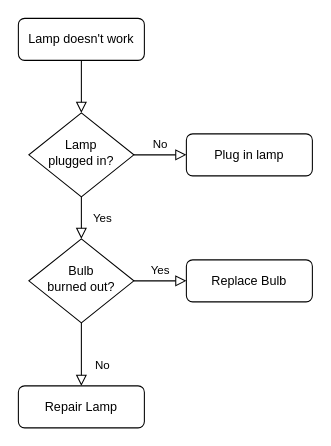
Above: source/_posts/Untitled Diagram.drawio in ccfriend/ccfriend.github.io (draw.io), before the change. Source tidied: cells renumbered, new cells numbered last; positions are measured from the earlier drawing's top-left corner, leaving out a move shared by most shapes. Both pictures are drawn from the tidied source at 105%, with x=0, y=0 at pixel (18, 18).
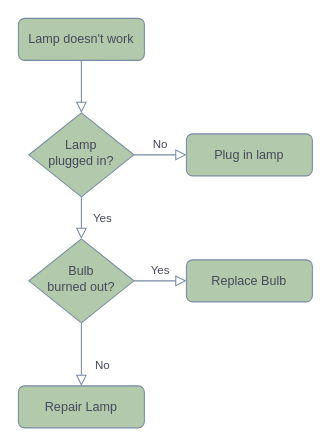
The same page after the edit.

What changed in the source:
```diff
@@
 <mxGraphModel>
   <root>
     <mxCell id="0" />
     <mxCell id="1" parent="0" />
-    <mxCell id="2" style="rounded=0;html=1;jettySize=auto;fontSize=11;endArrow=block;endFill=0;endSize=8;strokeWidth=1;shadow=0;labelBackgroundColor=none;edgeStyle=orthogonalEdgeStyle;" parent="1" edge="1" source="3" target="6">
+    <mxCell id="2" style="rounded=0;html=1;jettySize=auto;fontSize=11;endArrow=block;endFill=0;endSize=8;strokeWidth=1;shadow=0;labelBackgroundColor=none;edgeStyle=orthogonalEdgeStyle;strokeColor=#788AA3;fontColor=#46495D;" parent="1" edge="1" source="3" target="6">
       <mxGeometry relative="1" as="geometry" />
     </mxCell>
-    <mxCell id="3" value="Lamp doesn't work" style="rounded=1;whiteSpace=wrap;html=1;fontSize=12;glass=0;strokeWidth=1;shadow=0;" parent="1" vertex="1">
+    <mxCell id="3" value="Lamp doesn't work" style="rounded=1;whiteSpace=wrap;html=1;fontSize=12;glass=0;strokeWidth=1;shadow=0;fillColor=#B2C9AB;strokeColor=#788AA3;fontColor=#46495D;" parent="1" vertex="1">
       <mxGeometry width="120" height="40" as="geometry" />
     </mxCell>
-    <mxCell id="4" value="Yes" style="rounded=0;html=1;jettySize=auto;fontSize=11;endArrow=block;endFill=0;endSize=8;strokeWidth=1;shadow=0;labelBackgroundColor=none;edgeStyle=orthogonalEdgeStyle;" parent="1" edge="1" source="6" target="10">
+    <mxCell id="4" value="Yes" style="rounded=0;html=1;jettySize=auto;fontSize=11;endArrow=block;endFill=0;endSize=8;strokeWidth=1;shadow=0;labelBackgroundColor=none;edgeStyle=orthogonalEdgeStyle;strokeColor=#788AA3;fontColor=#46495D;" parent="1" edge="1" source="6" target="10">
       <mxGeometry y="20" relative="1" as="geometry" />
     </mxCell>
-    <mxCell id="5" value="No" style="edgeStyle=orthogonalEdgeStyle;rounded=0;html=1;jettySize=auto;fontSize=11;endArrow=block;endFill=0;endSize=8;strokeWidth=1;shadow=0;labelBackgroundColor=none;" parent="1" edge="1" source="6" target="7">
+    <mxCell id="5" value="No" style="edgeStyle=orthogonalEdgeStyle;rounded=0;html=1;jettySize=auto;fontSize=11;endArrow=block;endFill=0;endSize=8;strokeWidth=1;shadow=0;labelBackgroundColor=none;strokeColor=#788AA3;fontColor=#46495D;" parent="1" edge="1" source="6" target="7">
       <mxGeometry y="10" relative="1" as="geometry" />
     </mxCell>
-    <mxCell id="6" value="Lamp&lt;br&gt;plugged in?" style="rhombus;whiteSpace=wrap;html=1;shadow=0;fontFamily=Helvetica;fontSize=12;align=center;strokeWidth=1;spacing=6;spacingTop=-4;" parent="1" vertex="1">
+    <mxCell id="6" value="Lamp&lt;br&gt;plugged in?" style="rhombus;whiteSpace=wrap;html=1;shadow=0;fontFamily=Helvetica;fontSize=12;align=center;strokeWidth=1;spacing=6;spacingTop=-4;fillColor=#B2C9AB;strokeColor=#788AA3;fontColor=#46495D;" parent="1" vertex="1">
       <mxGeometry x="10" y="90" width="100" height="80" as="geometry" />
     </mxCell>
-    <mxCell id="7" value="Plug in lamp" style="rounded=1;whiteSpace=wrap;html=1;fontSize=12;glass=0;strokeWidth=1;shadow=0;" parent="1" vertex="1">
+    <mxCell id="7" value="Plug in lamp" style="rounded=1;whiteSpace=wrap;html=1;fontSize=12;glass=0;strokeWidth=1;shadow=0;fillColor=#B2C9AB;strokeColor=#788AA3;fontColor=#46495D;" parent="1" vertex="1">
       <mxGeometry x="160" y="110" width="120" height="40" as="geometry" />
     </mxCell>
-    <mxCell id="8" value="No" style="rounded=0;html=1;jettySize=auto;fontSize=11;endArrow=block;endFill=0;endSize=8;strokeWidth=1;shadow=0;labelBackgroundColor=none;edgeStyle=orthogonalEdgeStyle;" parent="1" edge="1" source="10" target="11">
+    <mxCell id="8" value="No" style="rounded=0;html=1;jettySize=auto;fontSize=11;endArrow=block;endFill=0;endSize=8;strokeWidth=1;shadow=0;labelBackgroundColor=none;edgeStyle=orthogonalEdgeStyle;strokeColor=#788AA3;fontColor=#46495D;" parent="1" edge="1" source="10" target="11">
       <mxGeometry x="0.33" y="20" relative="1" as="geometry" />
     </mxCell>
-    <mxCell id="9" value="Yes" style="edgeStyle=orthogonalEdgeStyle;rounded=0;html=1;jettySize=auto;fontSize=11;endArrow=block;endFill=0;endSize=8;strokeWidth=1;shadow=0;labelBackgroundColor=none;" parent="1" edge="1" source="10" target="12">
+    <mxCell id="9" value="Yes" style="edgeStyle=orthogonalEdgeStyle;rounded=0;html=1;jettySize=auto;fontSize=11;endArrow=block;endFill=0;endSize=8;strokeWidth=1;shadow=0;labelBackgroundColor=none;strokeColor=#788AA3;fontColor=#46495D;" parent="1" edge="1" source="10" target="12">
       <mxGeometry y="10" relative="1" as="geometry" />
     </mxCell>
-    <mxCell id="10" value="Bulb&lt;br&gt;burned out?" style="rhombus;whiteSpace=wrap;html=1;shadow=0;fontFamily=Helvetica;fontSize=12;align=center;strokeWidth=1;spacing=6;spacingTop=-4;" parent="1" vertex="1">
+    <mxCell id="10" value="Bulb&lt;br&gt;burned out?" style="rhombus;whiteSpace=wrap;html=1;shadow=0;fontFamily=Helvetica;fontSize=12;align=center;strokeWidth=1;spacing=6;spacingTop=-4;fillColor=#B2C9AB;strokeColor=#788AA3;fontColor=#46495D;" parent="1" vertex="1">
       <mxGeometry x="10" y="210" width="100" height="80" as="geometry" />
     </mxCell>
-    <mxCell id="11" value="Repair Lamp" style="rounded=1;whiteSpace=wrap;html=1;fontSize=12;glass=0;strokeWidth=1;shadow=0;" parent="1" vertex="1">
+    <mxCell id="11" value="Repair Lamp" style="rounded=1;whiteSpace=wrap;html=1;fontSize=12;glass=0;strokeWidth=1;shadow=0;fillColor=#B2C9AB;strokeColor=#788AA3;fontColor=#46495D;" parent="1" vertex="1">
       <mxGeometry y="350" width="120" height="40" as="geometry" />
     </mxCell>
-    <mxCell id="12" value="Replace Bulb" style="rounded=1;whiteSpace=wrap;html=1;fontSize=12;glass=0;strokeWidth=1;shadow=0;" parent="1" vertex="1">
+    <mxCell id="12" value="Replace Bulb" style="rounded=1;whiteSpace=wrap;html=1;fontSize=12;glass=0;strokeWidth=1;shadow=0;fillColor=#B2C9AB;strokeColor=#788AA3;fontColor=#46495D;" parent="1" vertex="1">
       <mxGeometry x="160" y="230" width="120" height="40" as="geometry" />
     </mxCell>
   </root>
 </mxGraphModel>
```
